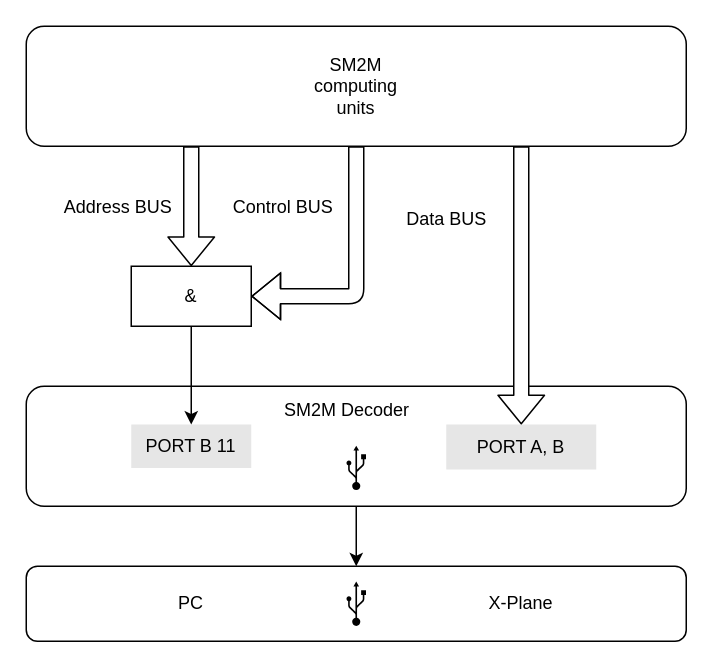
Before: page "sm2m-decoder" (2 of 2) of design.drawio in artemkorobko/an26sim, a draw.io diagram. Source tidied: cells renumbered, new cells numbered last; positions are measured from the earlier drawing's top-left corner, leaving out a move shared by most shapes. Both pictures are drawn from the tidied source at 150%, with x=0, y=0 at pixel (26, 26).
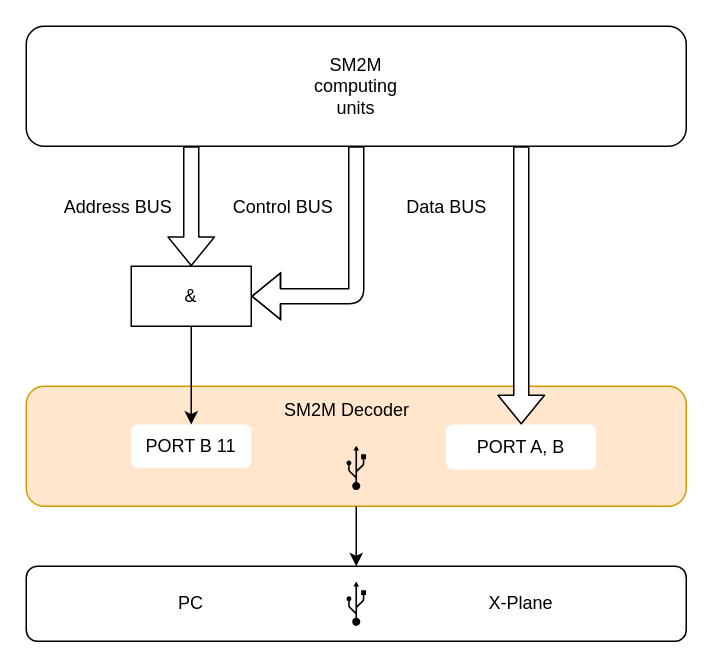
The same page after the edit.

Commit message (it also covers changes not shown here):
Update decoder design

Unchanged cells that the change refers to:
```xml
<mxCell id="17" style="shape=flexArrow;endArrow=classic;html=1;labelBackgroundColor=none;startArrow=none;exitX=0.75;exitY=1;exitDx=0;exitDy=0;entryX=0.5;entryY=0;entryDx=0;entryDy=0;startFill=0;fillColor=default;" parent="1" edge="1" source="2" target="14">
  <mxGeometry relative="1" as="geometry" />
</mxCell>
```

Change to the diagram source:
```diff
@@
-    <mxCell id="7" style="rounded=1;whiteSpace=wrap;html=1;" parent="1" vertex="1">
+    <mxCell id="7" style="rounded=1;whiteSpace=wrap;html=1;fillColor=#ffe6cc;strokeColor=#d79b00;" parent="1" vertex="1">
       <mxGeometry y="240" width="440" height="80" as="geometry" />
     </mxCell>
@@
-    <mxCell id="11" value="PORT B 11" style="rounded=0;whiteSpace=wrap;html=1;strokeColor=none;fillColor=#E6E6E6;" parent="1" vertex="1">
+    <mxCell id="11" value="PORT B 11" style="rounded=1;whiteSpace=wrap;html=1;strokeColor=none;fillColor=#FFFFFF;" parent="1" vertex="1">
       <mxGeometry x="70" y="265.5" width="80" height="29" as="geometry" />
     </mxCell>
@@
-    <mxCell id="14" value="PORT A, B" style="rounded=0;whiteSpace=wrap;html=1;strokeColor=none;fillColor=#E6E6E6;" parent="1" vertex="1">
+    <mxCell id="14" value="PORT A, B" style="rounded=1;whiteSpace=wrap;html=1;strokeColor=none;fillColor=default;" parent="1" vertex="1">
       <mxGeometry x="280" y="265.5" width="100" height="30" as="geometry" />
     </mxCell>
@@
     <mxCell id="18" value="Data BUS" style="edgeLabel;html=1;align=center;verticalAlign=middle;fontSize=12;labelBackgroundColor=none;" parent="17" vertex="1">
       <mxGeometry x="-0.35" y="3" relative="1" as="geometry">
-        <mxPoint x="-53" y="-12" as="offset" />
+        <mxPoint x="-53" y="-20" as="offset" />
       </mxGeometry>
     </mxCell>
```
